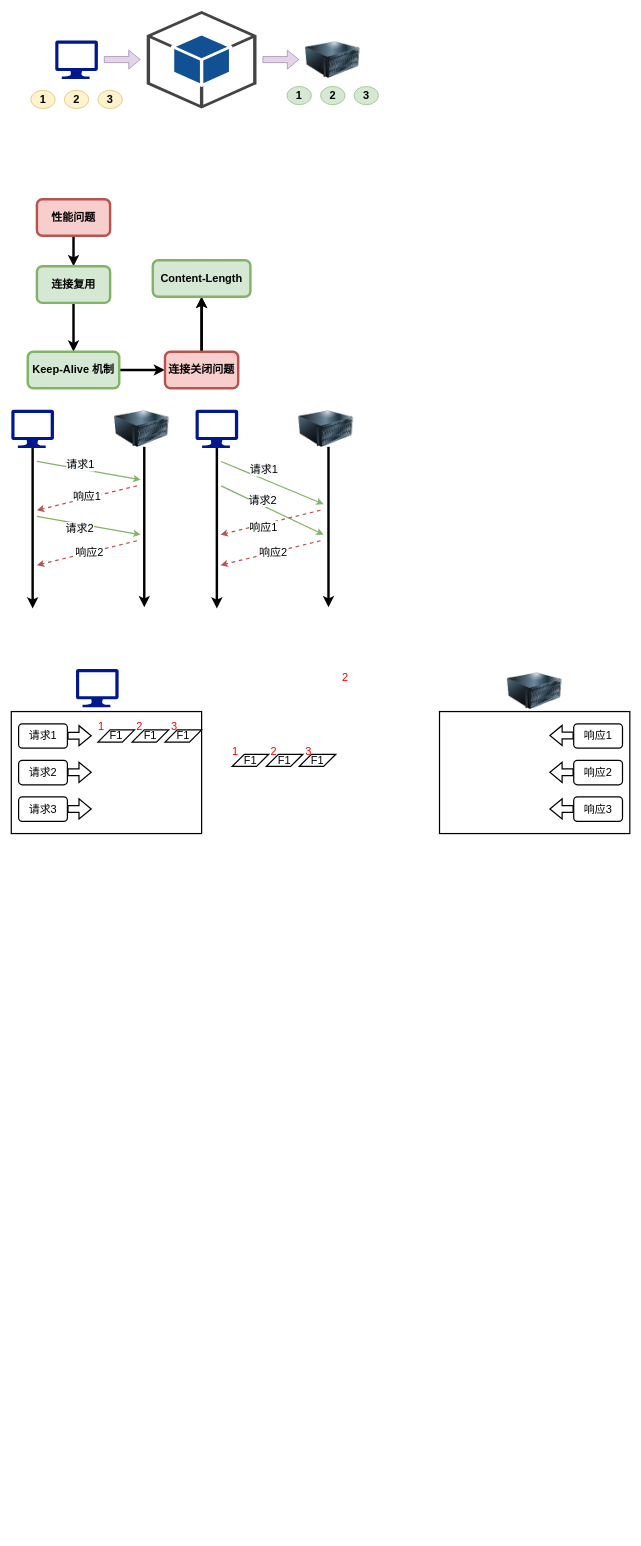
Above: 网络.drawio in C-wx/MindManager (draw.io), before the change. Source tidied: cells renumbered, new cells numbered last; positions are measured from the earlier drawing's top-left corner, leaving out a move shared by most shapes. Both pictures are drawn from the tidied source at 61%, with x=0, y=0 at pixel (11, 11).
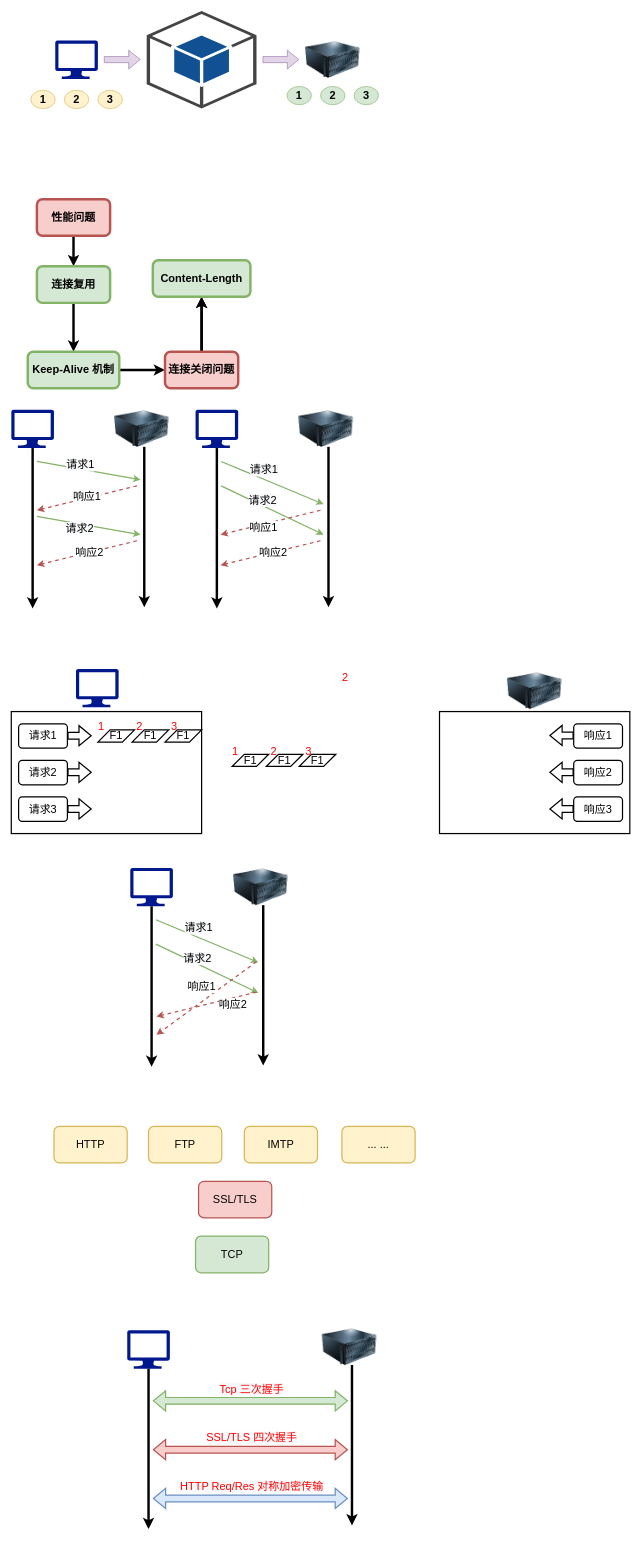
The same diagram, later.

What changed in the source:
```diff
@@
+    <mxCell id="76" style="sketch=0;shadow=0;dashed=0;html=1;strokeColor=none;labelPosition=center;verticalLabelPosition=bottom;verticalAlign=top;align=center;fillColor=#00188D;shape=mxgraph.azure.computer;" parent="1" vertex="1">
+      <mxGeometry x="195" y="1404.2" width="70" height="63" as="geometry" />
+    </mxCell>
+    <mxCell id="77" style="image;html=1;image=img/lib/clip_art/computers/Server_128x128.png;" parent="1" vertex="1">
+      <mxGeometry x="364" y="1392" width="90" height="87.5" as="geometry" />
+    </mxCell>
+    <mxCell id="78" style="endArrow=classic;html=1;rounded=0;fontSize=18;strokeWidth=4;exitX=0.5;exitY=1;exitDx=0;exitDy=0;exitPerimeter=0;" parent="1" edge="1" source="76">
+      <mxGeometry relative="1" as="geometry">
+        <mxPoint x="230" y="1730.3" as="targetPoint" />
+      </mxGeometry>
+    </mxCell>
+    <mxCell id="79" style="endArrow=classic;html=1;rounded=0;fontSize=18;strokeWidth=4;exitX=0.5;exitY=1;exitDx=0;exitDy=0;exitPerimeter=0;" parent="1" edge="1">
+      <mxGeometry relative="1" as="geometry">
+        <mxPoint x="413" y="1465.3" as="sourcePoint" />
+        <mxPoint x="413" y="1728.2" as="targetPoint" />
+      </mxGeometry>
+    </mxCell>
+    <mxCell id="80" style="endArrow=classic;html=1;rounded=0;fontSize=18;strokeWidth=2;fillColor=#d5e8d4;strokeColor=#82b366;" parent="1" edge="1">
+      <mxGeometry relative="1" as="geometry">
+        <mxPoint x="237" y="1489.2" as="sourcePoint" />
+        <mxPoint x="405" y="1559.2" as="targetPoint" />
+      </mxGeometry>
+    </mxCell>
+    <mxCell id="81" value="&lt;span style=&quot;background-color: rgb(248 , 249 , 250)&quot;&gt;请求1&lt;/span&gt;" style="edgeLabel;html=1;align=center;verticalAlign=middle;fontSize=18;" parent="80" vertex="1">
+      <mxGeometry x="-0.61" relative="1" as="geometry">
+        <mxPoint x="37" as="offset" />
+      </mxGeometry>
+    </mxCell>
+    <mxCell id="82" style="endArrow=classic;html=1;rounded=0;fontSize=18;strokeWidth=2;fillColor=#d5e8d4;strokeColor=#82b366;" parent="1" edge="1">
+      <mxGeometry relative="1" as="geometry">
+        <mxPoint x="237" y="1529.2" as="sourcePoint" />
+        <mxPoint x="405" y="1609.2" as="targetPoint" />
+      </mxGeometry>
+    </mxCell>
+    <mxCell id="83" value="&lt;span style=&quot;background-color: rgb(248 , 249 , 250)&quot;&gt;请求2&lt;/span&gt;" style="edgeLabel;html=1;align=center;verticalAlign=middle;fontSize=18;" parent="82" vertex="1">
+      <mxGeometry x="-0.3" y="1" relative="1" as="geometry">
+        <mxPoint x="8" y="-4" as="offset" />
+      </mxGeometry>
+    </mxCell>
+    <mxCell id="84" style="endArrow=classic;html=1;rounded=0;fontSize=18;strokeWidth=2;fillColor=#f8cecc;strokeColor=#b85450;dashed=1;" parent="1" edge="1">
+      <mxGeometry relative="1" as="geometry">
+        <mxPoint x="402" y="1558" as="sourcePoint" />
+        <mxPoint x="238" y="1678" as="targetPoint" />
+      </mxGeometry>
+    </mxCell>
+    <mxCell id="85" value="响应1" style="edgeLabel;html=1;align=center;verticalAlign=middle;fontSize=18;" parent="84" vertex="1">
+      <mxGeometry y="-4" relative="1" as="geometry">
+        <mxPoint x="-6" y="-17" as="offset" />
+      </mxGeometry>
+    </mxCell>
+    <mxCell id="86" style="endArrow=classic;html=1;rounded=0;fontSize=18;strokeWidth=2;fillColor=#f8cecc;strokeColor=#b85450;dashed=1;" parent="1" edge="1">
+      <mxGeometry relative="1" as="geometry">
+        <mxPoint x="402" y="1608" as="sourcePoint" />
+        <mxPoint x="238" y="1648" as="targetPoint" />
+      </mxGeometry>
+    </mxCell>
+    <mxCell id="87" value="响应2" style="edgeLabel;html=1;align=center;verticalAlign=middle;fontSize=18;" parent="86" vertex="1">
+      <mxGeometry x="-0.18" y="-2" relative="1" as="geometry">
+        <mxPoint x="28" y="5" as="offset" />
+      </mxGeometry>
+    </mxCell>
+    <mxCell id="88" value="HTTP" style="rounded=1;whiteSpace=wrap;html=1;fontSize=18;strokeWidth=2;fillColor=#fff2cc;strokeColor=#d6b656;" parent="1" vertex="1">
+      <mxGeometry x="70" y="1828" width="120" height="60" as="geometry" />
+    </mxCell>
+    <mxCell id="89" value="FTP" style="rounded=1;whiteSpace=wrap;html=1;fontSize=18;strokeWidth=2;fillColor=#fff2cc;strokeColor=#d6b656;" parent="1" vertex="1">
+      <mxGeometry x="225" y="1828" width="120" height="60" as="geometry" />
+    </mxCell>
+    <mxCell id="90" value="IMTP" style="rounded=1;whiteSpace=wrap;html=1;fontSize=18;strokeWidth=2;fillColor=#fff2cc;strokeColor=#d6b656;" parent="1" vertex="1">
+      <mxGeometry x="382" y="1828" width="120" height="60" as="geometry" />
+    </mxCell>
+    <mxCell id="91" value="... ..." style="rounded=1;whiteSpace=wrap;html=1;fontSize=18;strokeWidth=2;fillColor=#fff2cc;strokeColor=#d6b656;" parent="1" vertex="1">
+      <mxGeometry x="542" y="1828" width="120" height="60" as="geometry" />
+    </mxCell>
+    <mxCell id="92" value="SSL/TLS" style="rounded=1;whiteSpace=wrap;html=1;fontSize=18;strokeWidth=2;fillColor=#f8cecc;strokeColor=#b85450;" parent="1" vertex="1">
+      <mxGeometry x="307" y="1918" width="120" height="60" as="geometry" />
+    </mxCell>
+    <mxCell id="93" value="TCP" style="rounded=1;whiteSpace=wrap;html=1;fontSize=18;strokeWidth=2;fillColor=#d5e8d4;strokeColor=#82b366;" parent="1" vertex="1">
+      <mxGeometry x="302" y="2008" width="120" height="60" as="geometry" />
+    </mxCell>
+    <mxCell id="94" style="sketch=0;shadow=0;dashed=0;html=1;strokeColor=none;labelPosition=center;verticalLabelPosition=bottom;verticalAlign=top;align=center;fillColor=#00188D;shape=mxgraph.azure.computer;" parent="1" vertex="1">
+      <mxGeometry x="190" y="2162.2" width="70" height="63" as="geometry" />
+    </mxCell>
+    <mxCell id="95" style="image;html=1;image=img/lib/clip_art/computers/Server_128x128.png;" parent="1" vertex="1">
+      <mxGeometry x="509.5" y="2146" width="90" height="87.5" as="geometry" />
+    </mxCell>
+    <mxCell id="96" style="endArrow=classic;html=1;rounded=0;fontSize=18;strokeWidth=4;exitX=0.5;exitY=1;exitDx=0;exitDy=0;exitPerimeter=0;" parent="1" edge="1" source="94">
+      <mxGeometry relative="1" as="geometry">
+        <mxPoint x="225" y="2488.2" as="targetPoint" />
+      </mxGeometry>
+    </mxCell>
+    <mxCell id="97" style="endArrow=classic;html=1;rounded=0;fontSize=18;strokeWidth=4;exitX=0.5;exitY=1;exitDx=0;exitDy=0;exitPerimeter=0;" parent="1" edge="1">
+      <mxGeometry relative="1" as="geometry">
+        <mxPoint x="558.5" y="2219.2" as="sourcePoint" />
+        <mxPoint x="558.5" y="2482.2" as="targetPoint" />
+      </mxGeometry>
+    </mxCell>
+    <mxCell id="98" style="shape=flexArrow;endArrow=classic;startArrow=classic;html=1;rounded=0;fontSize=18;fontColor=#FF0000;strokeWidth=2;fillColor=#d5e8d4;strokeColor=#82b366;" parent="1" edge="1">
+      <mxGeometry relative="1" as="geometry">
+        <mxPoint x="232" y="2278" as="sourcePoint" />
+        <mxPoint x="552" y="2278" as="targetPoint" />
+      </mxGeometry>
+    </mxCell>
+    <mxCell id="99" value="&lt;span style=&quot;background-color: rgb(248 , 249 , 250)&quot;&gt;Tcp 三次握手&lt;/span&gt;" style="edgeLabel;html=1;align=center;verticalAlign=middle;fontSize=18;fontColor=#FF0000;" parent="98" vertex="1">
+      <mxGeometry x="-0.17" y="5" relative="1" as="geometry">
+        <mxPoint x="28" y="-15" as="offset" />
+      </mxGeometry>
+    </mxCell>
+    <mxCell id="100" style="shape=flexArrow;endArrow=classic;startArrow=classic;html=1;rounded=0;fontSize=18;fontColor=#FF0000;strokeWidth=2;fillColor=#f8cecc;strokeColor=#b85450;" parent="1" edge="1">
+      <mxGeometry relative="1" as="geometry">
+        <mxPoint x="232" y="2358" as="sourcePoint" />
+        <mxPoint x="552" y="2358" as="targetPoint" />
+      </mxGeometry>
+    </mxCell>
+    <mxCell id="101" value="&lt;span style=&quot;background-color: rgb(248 , 249 , 250)&quot;&gt;SSL/TLS 四次握手&lt;/span&gt;" style="edgeLabel;html=1;align=center;verticalAlign=middle;fontSize=18;fontColor=#FF0000;" parent="100" vertex="1">
+      <mxGeometry x="-0.17" y="5" relative="1" as="geometry">
+        <mxPoint x="28" y="-15" as="offset" />
+      </mxGeometry>
+    </mxCell>
+    <mxCell id="102" style="shape=flexArrow;endArrow=classic;startArrow=classic;html=1;rounded=0;fontSize=18;fontColor=#FF0000;strokeWidth=2;fillColor=#dae8fc;strokeColor=#6c8ebf;" parent="1" edge="1">
+      <mxGeometry relative="1" as="geometry">
+        <mxPoint x="232" y="2438" as="sourcePoint" />
+        <mxPoint x="552" y="2438" as="targetPoint" />
+      </mxGeometry>
+    </mxCell>
+    <mxCell id="103" value="&lt;span style=&quot;background-color: rgb(248 , 249 , 250)&quot;&gt;HTTP Req/Res 对称加密传输&lt;/span&gt;" style="edgeLabel;html=1;align=center;verticalAlign=middle;fontSize=18;fontColor=#FF0000;" parent="102" vertex="1">
+      <mxGeometry x="-0.17" y="5" relative="1" as="geometry">
+        <mxPoint x="28" y="-15" as="offset" />
+      </mxGeometry>
+    </mxCell>
```
